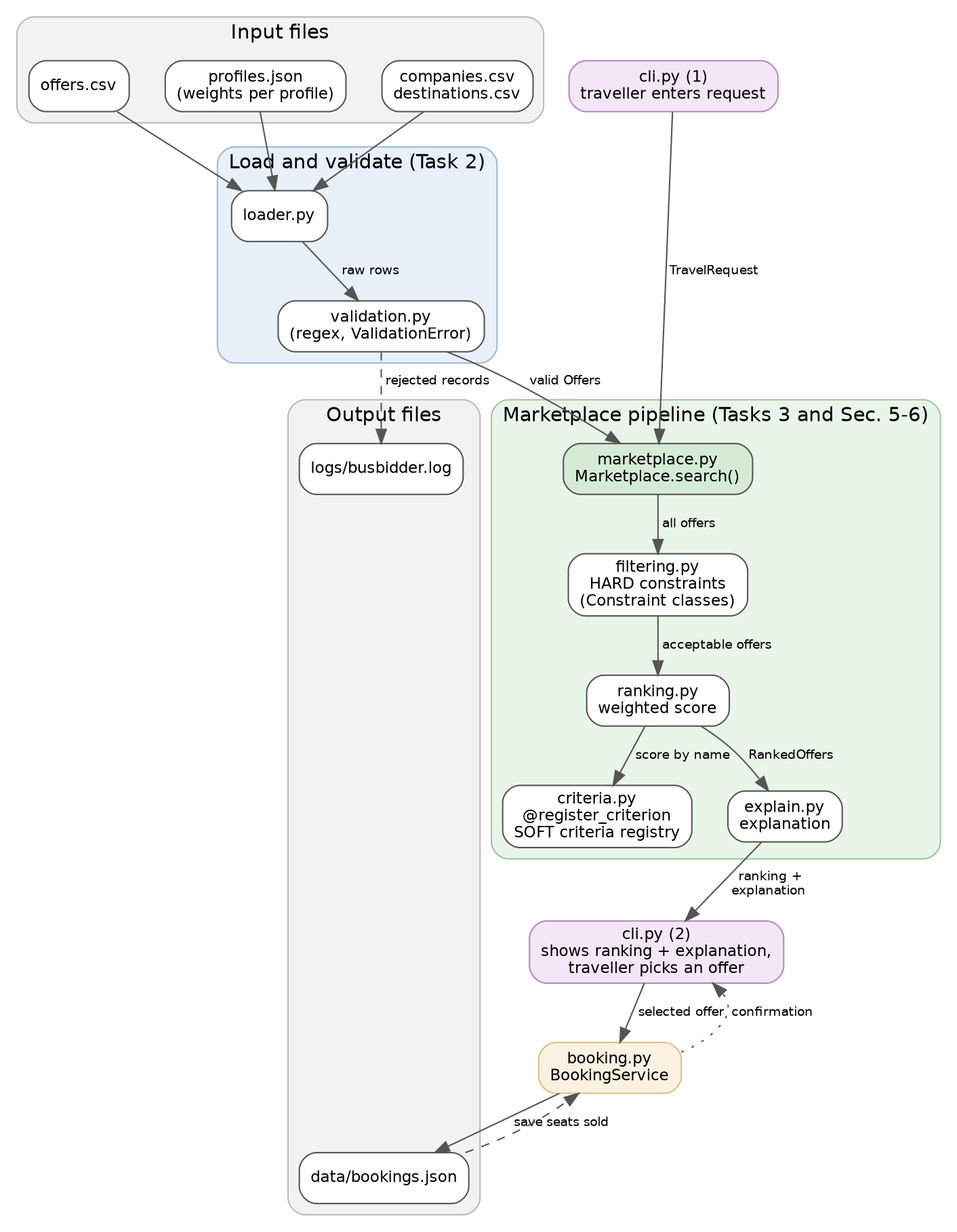
Before: docs/architecture.png, a diagram exported from Graphviz (maxfinanger/ACIT4420FinalProjectMaxFinanger). Its source is kept beside it as docs/diagrams/architecture.dot. Its diagram source:
```dot
digraph architecture {
  rankdir=TB; fontname="Helvetica"; nodesep=0.35; ranksep=0.45; newrank=true; compound=true;
  node [shape=box, style="rounded,filled", fontname="Helvetica", fontsize=11, fillcolor="#FFFFFF", color="#555555"];
  edge [fontname="Helvetica", fontsize=9, color="#555555"];

  subgraph cluster_in { label="Input files"; style="rounded,filled"; fillcolor="#F2F2F2"; color="#BBBBBB";
    companies [label="companies.csv\ndestinations.csv"];
    offers    [label="offers.csv"];
    profiles  [label="profiles.json\n(weights per profile)"];
  }
  cli_in  [label="cli.py (1)\ntraveller enters request", fillcolor="#F4E6F7", color="#B58AC0"];
  cli_out [label="cli.py (2)\nshows ranking + explanation,\ntraveller picks an offer", fillcolor="#F4E6F7", color="#B58AC0"];

  subgraph cluster_load { label="Load and validate (Task 2)"; style="rounded,filled"; fillcolor="#E8F0FA"; color="#9DB7D9";
    loader     [label="loader.py"];
    validation [label="validation.py\n(regex, ValidationError)"];
  }

  subgraph cluster_core { label="Marketplace pipeline (Tasks 3 and Sec. 5-6)"; style="rounded,filled"; fillcolor="#EAF5EA"; color="#9CC79C";
    marketplace [label="marketplace.py\nMarketplace.search()", fillcolor="#D5EBD5"];
    filtering   [label="filtering.py\nHARD constraints\n(Constraint classes)"];
    ranking     [label="ranking.py\nweighted score"];
    criteria    [label="criteria.py\n@register_criterion\nSOFT criteria registry"];
    explain     [label="explain.py\nexplanation"];
  }

  booking [label="booking.py\nBookingService", fillcolor="#FBF1E0", color="#E0BE85"];

  subgraph cluster_out { label="Output files"; style="rounded,filled"; fillcolor="#F2F2F2"; color="#BBBBBB";
    logfile  [label="logs/busbidder.log"];
    bookings [label="data/bookings.json"];
  }

  {rank=same; companies; offers; profiles; cli_in}

  companies -> loader; offers -> loader; profiles -> loader;
  loader -> validation [label=" raw rows"];
  validation -> marketplace [label=" valid Offers"];
  cli_in -> marketplace [label=" TravelRequest"];
  marketplace -> filtering [label=" all offers"];
  filtering -> ranking [label=" acceptable offers"];
  ranking -> criteria [label=" score by name"];
  ranking -> explain [label=" RankedOffers"];
  explain -> cli_out [label=" ranking +\nexplanation"];
  cli_out -> booking [label=" selected offer"];
  booking -> cli_out [label=" confirmation", style=dotted, constraint=false];
  booking -> bookings [label=" save"];
  bookings -> booking [label=" seats sold", style=dashed, constraint=false];
  validation -> logfile [label=" rejected records", style=dashed];
}
```
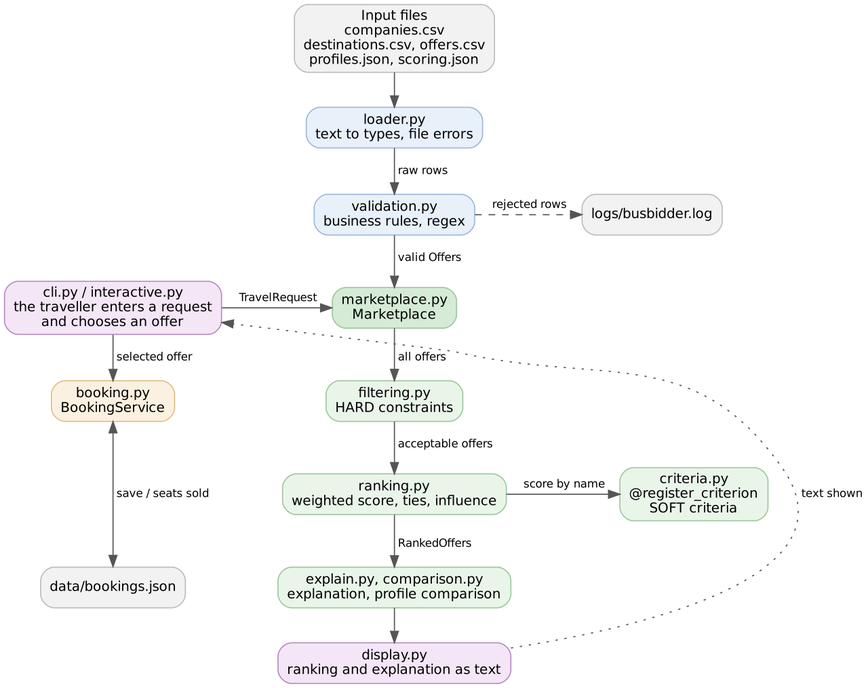
Later version of the same file.

The edit, as a diff of the source:
```diff
@@ -1,50 +1,39 @@
 digraph architecture {
-  rankdir=TB; fontname="Helvetica"; nodesep=0.35; ranksep=0.45; newrank=true; compound=true;
-  node [shape=box, style="rounded,filled", fontname="Helvetica", fontsize=11, fillcolor="#FFFFFF", color="#555555"];
-  edge [fontname="Helvetica", fontsize=9, color="#555555"];
+  rankdir=TB; fontname="Helvetica"; nodesep=0.35; ranksep=0.42; newrank=true;
+  node [shape=box, style="rounded,filled", fontname="Helvetica", fontsize=12, fillcolor="#FFFFFF", color="#555555"];
+  edge [fontname="Helvetica", fontsize=10, color="#555555"];
 
-  subgraph cluster_in { label="Input files"; style="rounded,filled"; fillcolor="#F2F2F2"; color="#BBBBBB";
-    companies [label="companies.csv\ndestinations.csv"];
-    offers    [label="offers.csv"];
-    profiles  [label="profiles.json\n(weights per profile)"];
-  }
-  cli_in  [label="cli.py (1)\ntraveller enters request", fillcolor="#F4E6F7", color="#B58AC0"];
-  cli_out [label="cli.py (2)\nshows ranking + explanation,\ntraveller picks an offer", fillcolor="#F4E6F7", color="#B58AC0"];
+  data   [label="Input files\ncompanies.csv\ndestinations.csv, offers.csv\nprofiles.json, scoring.json", fillcolor="#F2F2F2", color="#BBBBBB"];
+  loader [label="loader.py\ntext to types, file errors", fillcolor="#E8F0FA", color="#9DB7D9"];
+  validation [label="validation.py\nbusiness rules, regex", fillcolor="#E8F0FA", color="#9DB7D9"];
+  logfile [label="logs/busbidder.log", fillcolor="#F2F2F2", color="#BBBBBB"];
+  ui [label="cli.py / interactive.py\nthe traveller enters a request\nand chooses an offer", fillcolor="#F4E6F7", color="#B58AC0"];
+  marketplace [label="marketplace.py\nMarketplace", fillcolor="#D5EBD5", color="#9CC79C"];
+  filtering   [label="filtering.py\nHARD constraints", fillcolor="#EAF5EA", color="#9CC79C"];
+  ranking     [label="ranking.py\nweighted score, ties, influence", fillcolor="#EAF5EA", color="#9CC79C"];
+  criteria    [label="criteria.py\n@register_criterion\nSOFT criteria", fillcolor="#EAF5EA", color="#9CC79C"];
+  explain     [label="explain.py, comparison.py\nexplanation, profile comparison", fillcolor="#EAF5EA", color="#9CC79C"];
+  display [label="display.py\nranking and explanation as text", fillcolor="#F4E6F7", color="#B58AC0"];
+  booking [label="booking.py\nBookingService", fillcolor="#FBF1E0", color="#E0BE85"];
+  bookings [label="data/bookings.json", fillcolor="#F2F2F2", color="#BBBBBB"];
 
-  subgraph cluster_load { label="Load and validate (Task 2)"; style="rounded,filled"; fillcolor="#E8F0FA"; color="#9DB7D9";
-    loader     [label="loader.py"];
-    validation [label="validation.py\n(regex, ValidationError)"];
-  }
-
-  subgraph cluster_core { label="Marketplace pipeline (Tasks 3 and Sec. 5-6)"; style="rounded,filled"; fillcolor="#EAF5EA"; color="#9CC79C";
-    marketplace [label="marketplace.py\nMarketplace.search()", fillcolor="#D5EBD5"];
-    filtering   [label="filtering.py\nHARD constraints\n(Constraint classes)"];
-    ranking     [label="ranking.py\nweighted score"];
-    criteria    [label="criteria.py\n@register_criterion\nSOFT criteria registry"];
-    explain     [label="explain.py\nexplanation"];
-  }
-
-  booking [label="booking.py\nBookingService", fillcolor="#FBF1E0", color="#E0BE85"];
-
-  subgraph cluster_out { label="Output files"; style="rounded,filled"; fillcolor="#F2F2F2"; color="#BBBBBB";
-    logfile  [label="logs/busbidder.log"];
-    bookings [label="data/bookings.json"];
-  }
-
-  {rank=same; companies; offers; profiles; cli_in}
-
-  companies -> loader; offers -> loader; profiles -> loader;
+  data -> loader;
   loader -> validation [label=" raw rows"];
+  validation -> logfile [label=" rejected rows", style=dashed];
   validation -> marketplace [label=" valid Offers"];
-  cli_in -> marketplace [label=" TravelRequest"];
+  ui -> marketplace [label=" TravelRequest"];
   marketplace -> filtering [label=" all offers"];
   filtering -> ranking [label=" acceptable offers"];
   ranking -> criteria [label=" score by name"];
   ranking -> explain [label=" RankedOffers"];
-  explain -> cli_out [label=" ranking +\nexplanation"];
-  cli_out -> booking [label=" selected offer"];
-  booking -> cli_out [label=" confirmation", style=dotted, constraint=false];
-  booking -> bookings [label=" save"];
-  bookings -> booking [label=" seats sold", style=dashed, constraint=false];
-  validation -> logfile [label=" rejected records", style=dashed];
+  explain -> display;
+  display -> ui [style=dotted, label=" text shown", constraint=false];
+  ui -> booking [label=" selected offer"];
+  booking -> bookings [dir=both, label=" save / seats sold"];
+
+  {rank=same; validation; logfile}
+  {rank=same; ui; marketplace}
+  {rank=same; ranking; criteria}
+  {rank=same; filtering; booking}
+  {rank=same; explain; bookings}
 }
```
